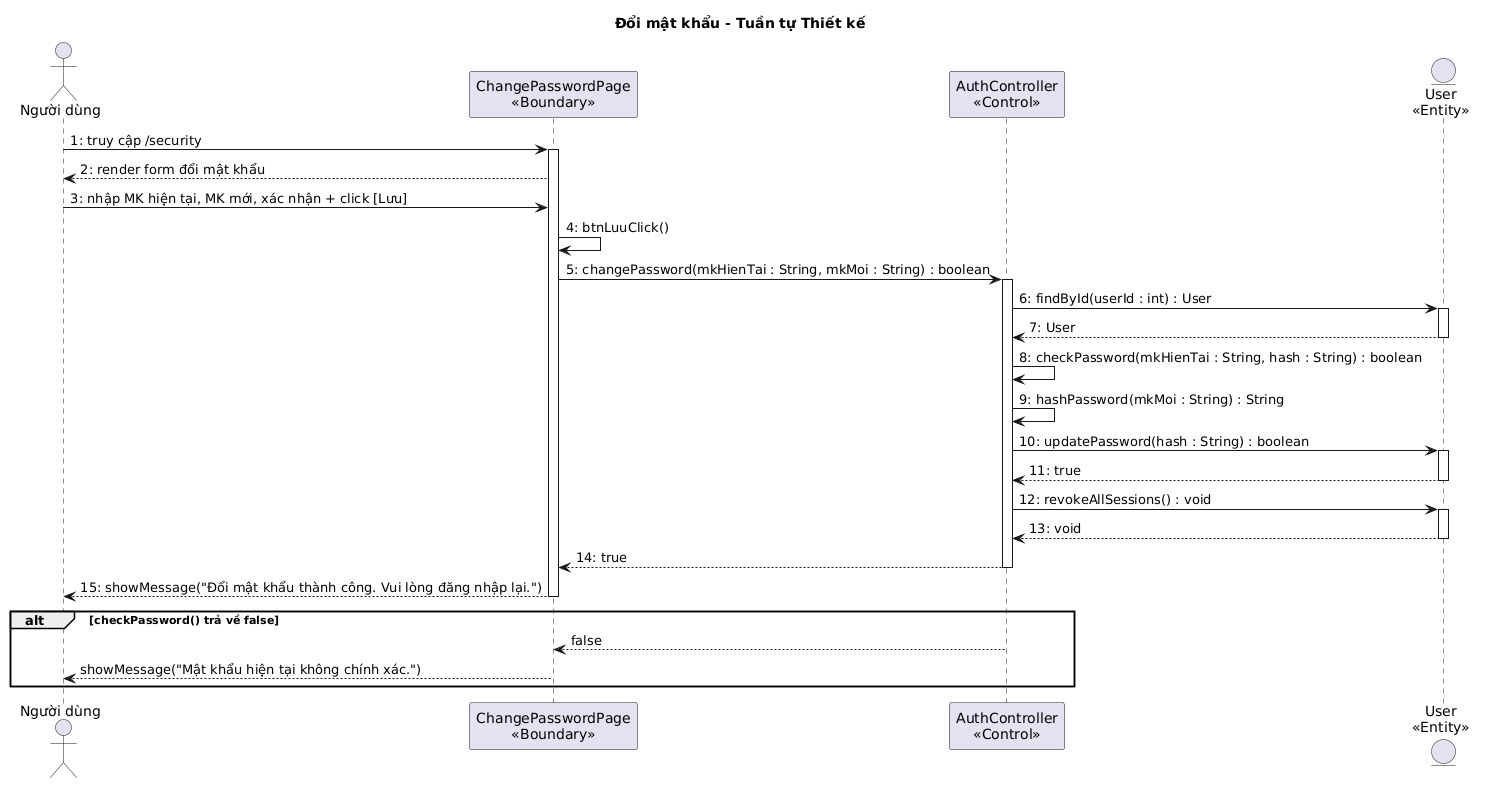
This is output/diagrams/account_seq_changepw.png from thanhtrnnn/cnpm, a PlantUML export, as it was before one commit.
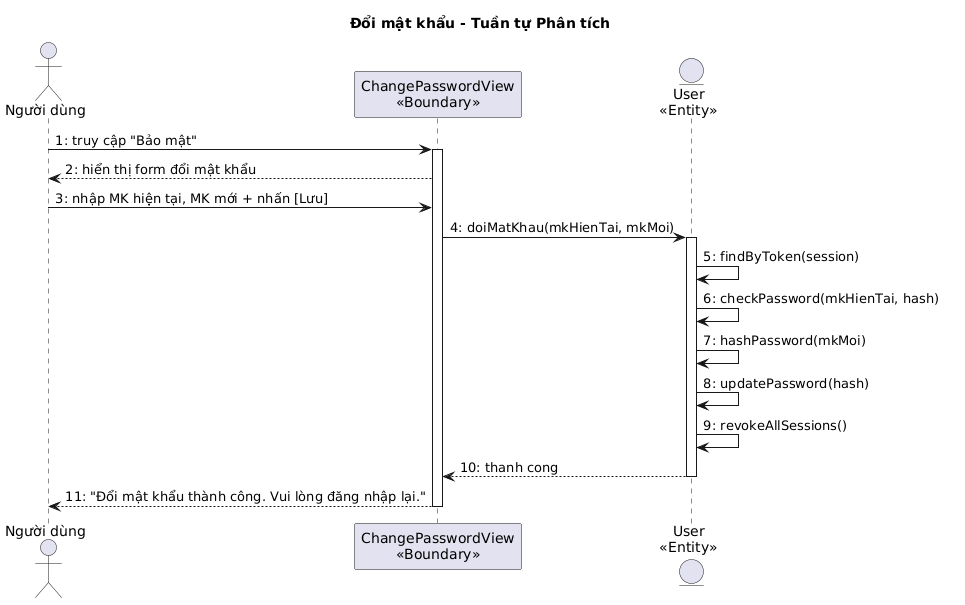
Above is the later version.

Diff of the diagram source:
```diff
@@ -1,39 +1,23 @@
 @startuml
-title Đổi mật khẩu - Tuần tự Thiết kế
+title Đổi mật khẩu - Tuần tự Phân tích
 
-actor "Người dùng" as User
-participant "ChangePasswordPage\n<<Boundary>>" as B1
-participant "AuthController\n<<Control>>" as C1
+actor "Người dùng" as ND
+participant "ChangePasswordView\n<<Boundary>>" as B1
 entity "User\n<<Entity>>" as E1
 
-User -> B1 : 1: truy cập /security
+ND -> B1 : 1: truy cập "Bảo mật"
 activate B1
-B1 --> User : 2: render form đổi mật khẩu
-User -> B1 : 3: nhập MK hiện tại, MK mới, xác nhận + click [Lưu]
-B1 -> B1 : 4: btnLuuClick()
-B1 -> C1 : 5: changePassword(mkHienTai : String, mkMoi : String) : boolean
-activate C1
-C1 -> E1 : 6: findById(userId : int) : User
+B1 --> ND : 2: hiển thị form đổi mật khẩu
+ND -> B1 : 3: nhập MK hiện tại, MK mới + nhấn [Lưu]
+B1 -> E1 : 4: doiMatKhau(mkHienTai, mkMoi)
 activate E1
-E1 --> C1 : 7: User
+E1 -> E1 : 5: findByToken(session)
+E1 -> E1 : 6: checkPassword(mkHienTai, hash)
+E1 -> E1 : 7: hashPassword(mkMoi)
+E1 -> E1 : 8: updatePassword(hash)
+E1 -> E1 : 9: revokeAllSessions()
+E1 --> B1 : 10: thanh cong
 deactivate E1
-C1 -> C1 : 8: checkPassword(mkHienTai : String, hash : String) : boolean
-C1 -> C1 : 9: hashPassword(mkMoi : String) : String
-C1 -> E1 : 10: updatePassword(hash : String) : boolean
-activate E1
-E1 --> C1 : 11: true
-deactivate E1
-C1 -> E1 : 12: revokeAllSessions() : void
-activate E1
-E1 --> C1 : 13: void
-deactivate E1
-C1 --> B1 : 14: true
-deactivate C1
-B1 --> User : 15: showMessage("Đổi mật khẩu thành công. Vui lòng đăng nhập lại.")
+B1 --> ND : 11: "Đổi mật khẩu thành công. Vui lòng đăng nhập lại."
 deactivate B1
-
-alt checkPassword() trả về false
-  C1 --> B1 : false
-  B1 --> User : showMessage("Mật khẩu hiện tại không chính xác.")
-end
 @enduml
```
